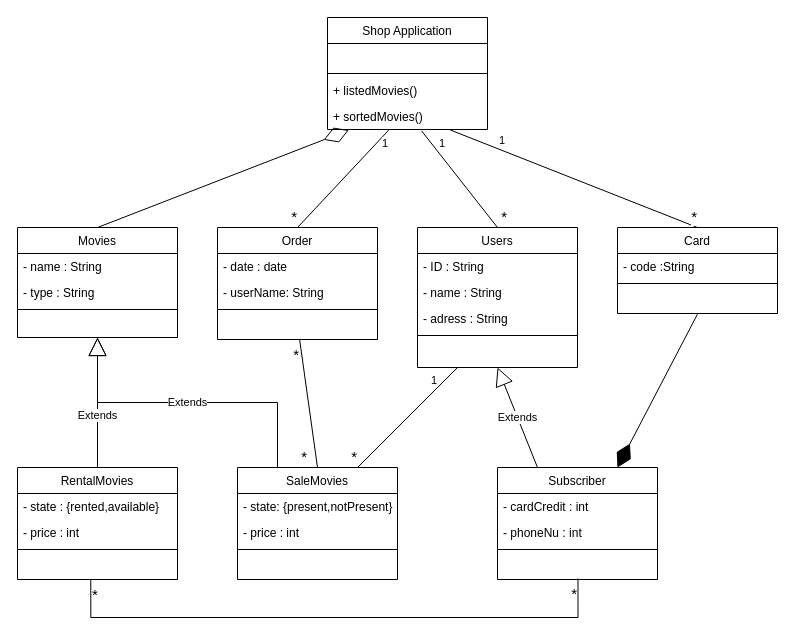
KutayDemirel/Java101 keeps this draw.io diagram as OOP_UmlDiagrams/OnlineMovieDiagram.drawio. Above is the earlier version. Source tidied: cells renumbered, new cells numbered last; positions are measured from the earlier drawing's top-left corner, leaving out a move shared by most shapes. Both pictures are drawn from the tidied source at 100%, with x=0, y=0 at pixel (17, 17).
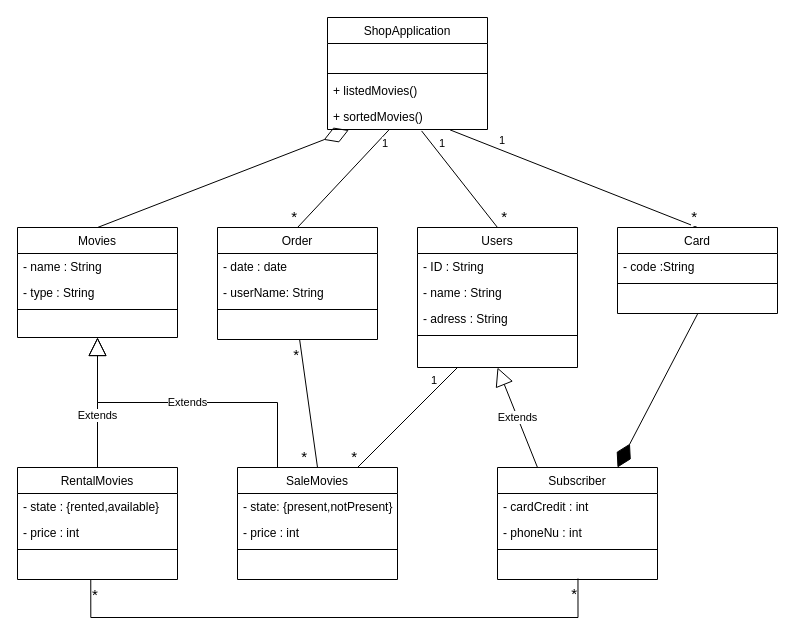
The same diagram, later.

What changed in the source:
```diff
@@
-    <mxCell id="11" value="Shop Application" style="swimlane;fontStyle=0;align=center;verticalAlign=top;horizontal=1;startSize=26;" parent="1" vertex="1">
+    <mxCell id="11" value="ShopApplication" style="swimlane;fontStyle=0;align=center;verticalAlign=top;horizontal=1;startSize=26;" parent="1" vertex="1">
       <mxGeometry x="310" width="160" height="112" as="geometry" />
     </mxCell>
```
